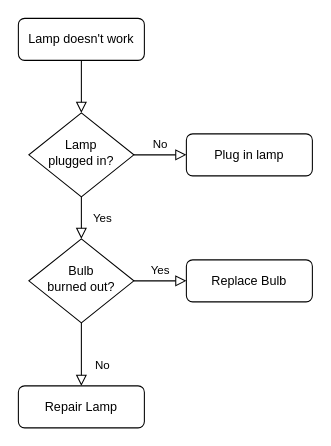
Before: Untitled Diagram.drawio in keepthink/mydrawio, a draw.io diagram. Source tidied: cells renumbered, new cells numbered last; positions are measured from the earlier drawing's top-left corner, leaving out a move shared by most shapes. Both pictures are drawn from the tidied source at 105%, with x=0, y=0 at pixel (18, 18).
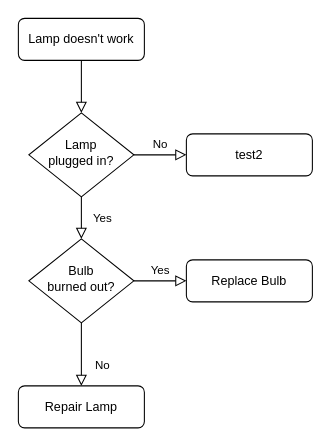
After the change.

The edit, as a diff of the source:
```diff
@@
 <mxGraphModel>
   <root>
     <mxCell id="0" />
     <mxCell id="1" parent="0" />
     <mxCell id="2" style="rounded=0;html=1;jettySize=auto;fontSize=11;endArrow=block;endFill=0;endSize=8;strokeWidth=1;shadow=0;labelBackgroundColor=none;edgeStyle=orthogonalEdgeStyle;" parent="1" edge="1" source="3" target="6">
       <mxGeometry relative="1" as="geometry" />
     </mxCell>
     <mxCell id="3" value="Lamp doesn't work" style="rounded=1;whiteSpace=wrap;html=1;fontSize=12;glass=0;strokeWidth=1;shadow=0;" parent="1" vertex="1">
       <mxGeometry width="120" height="40" as="geometry" />
     </mxCell>
     <mxCell id="4" value="Yes" style="rounded=0;html=1;jettySize=auto;fontSize=11;endArrow=block;endFill=0;endSize=8;strokeWidth=1;shadow=0;labelBackgroundColor=none;edgeStyle=orthogonalEdgeStyle;" parent="1" edge="1" source="6" target="10">
       <mxGeometry y="20" relative="1" as="geometry" />
     </mxCell>
     <mxCell id="5" value="No" style="edgeStyle=orthogonalEdgeStyle;rounded=0;html=1;jettySize=auto;fontSize=11;endArrow=block;endFill=0;endSize=8;strokeWidth=1;shadow=0;labelBackgroundColor=none;" parent="1" edge="1" source="6" target="7">
       <mxGeometry y="10" relative="1" as="geometry" />
     </mxCell>
     <mxCell id="6" value="Lamp&lt;br&gt;plugged in?" style="rhombus;whiteSpace=wrap;html=1;shadow=0;fontFamily=Helvetica;fontSize=12;align=center;strokeWidth=1;spacing=6;spacingTop=-4;" parent="1" vertex="1">
       <mxGeometry x="10" y="90" width="100" height="80" as="geometry" />
     </mxCell>
-    <mxCell id="7" value="Plug in lamp" style="rounded=1;whiteSpace=wrap;html=1;fontSize=12;glass=0;strokeWidth=1;shadow=0;" parent="1" vertex="1">
+    <mxCell id="7" value="test2" style="rounded=1;whiteSpace=wrap;html=1;fontSize=12;glass=0;strokeWidth=1;shadow=0;" parent="1" vertex="1">
       <mxGeometry x="160" y="110" width="120" height="40" as="geometry" />
     </mxCell>
     <mxCell id="8" value="No" style="rounded=0;html=1;jettySize=auto;fontSize=11;endArrow=block;endFill=0;endSize=8;strokeWidth=1;shadow=0;labelBackgroundColor=none;edgeStyle=orthogonalEdgeStyle;" parent="1" edge="1" source="10" target="11">
       <mxGeometry x="0.33" y="20" relative="1" as="geometry" />
     </mxCell>
     <mxCell id="9" value="Yes" style="edgeStyle=orthogonalEdgeStyle;rounded=0;html=1;jettySize=auto;fontSize=11;endArrow=block;endFill=0;endSize=8;strokeWidth=1;shadow=0;labelBackgroundColor=none;" parent="1" edge="1" source="10" target="12">
       <mxGeometry y="10" relative="1" as="geometry" />
     </mxCell>
     <mxCell id="10" value="Bulb&lt;br&gt;burned out?" style="rhombus;whiteSpace=wrap;html=1;shadow=0;fontFamily=Helvetica;fontSize=12;align=center;strokeWidth=1;spacing=6;spacingTop=-4;" parent="1" vertex="1">
       <mxGeometry x="10" y="210" width="100" height="80" as="geometry" />
     </mxCell>
     <mxCell id="11" value="Repair Lamp" style="rounded=1;whiteSpace=wrap;html=1;fontSize=12;glass=0;strokeWidth=1;shadow=0;" parent="1" vertex="1">
       <mxGeometry y="350" width="120" height="40" as="geometry" />
     </mxCell>
     <mxCell id="12" value="Replace Bulb" style="rounded=1;whiteSpace=wrap;html=1;fontSize=12;glass=0;strokeWidth=1;shadow=0;" parent="1" vertex="1">
       <mxGeometry x="160" y="230" width="120" height="40" as="geometry" />
     </mxCell>
   </root>
 </mxGraphModel>
```
